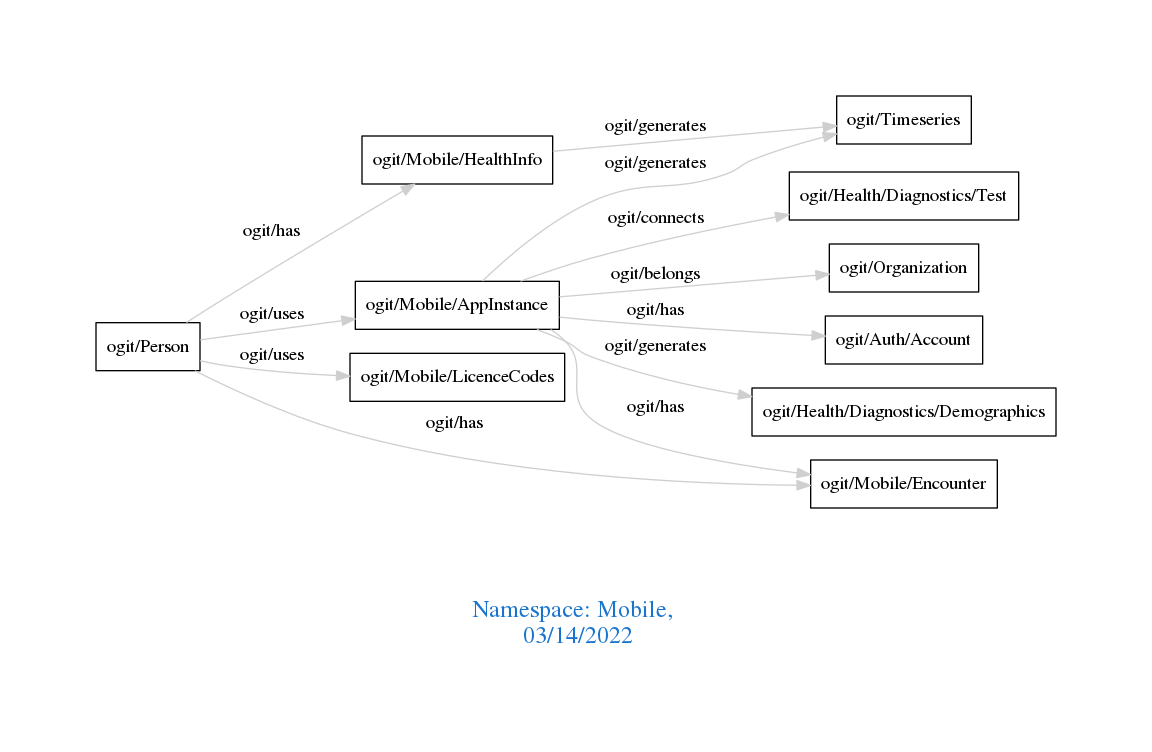
Above: downloads/Mobile.png in arago/OGIT (Graphviz), before the change. Its source is kept beside it as downloads/Mobile.dot.
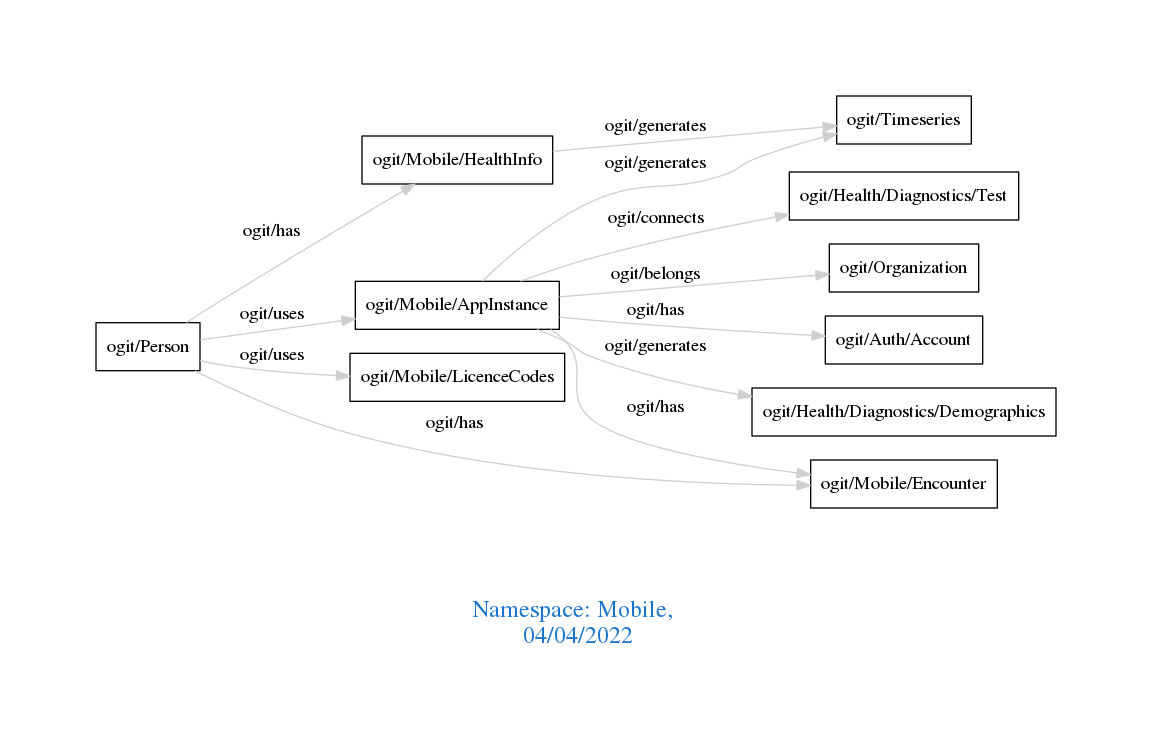
Later version of the same file.

The edit, as a diff of the source:
```diff
@@ -1,7 +1,7 @@
 digraph OGIT_ontology {
  graph [ rankdir= LR,pad=1
 fontsize = 18,
-fontcolor= dodgerblue3,label = "\n\n\nNamespace: Mobile, \n 03/14/2022"];
+fontcolor= dodgerblue3,label = "\n\n\nNamespace: Mobile, \n 04/04/2022"];
 node[shape=polygon];
 edge [  color="gray81"];
 
```
